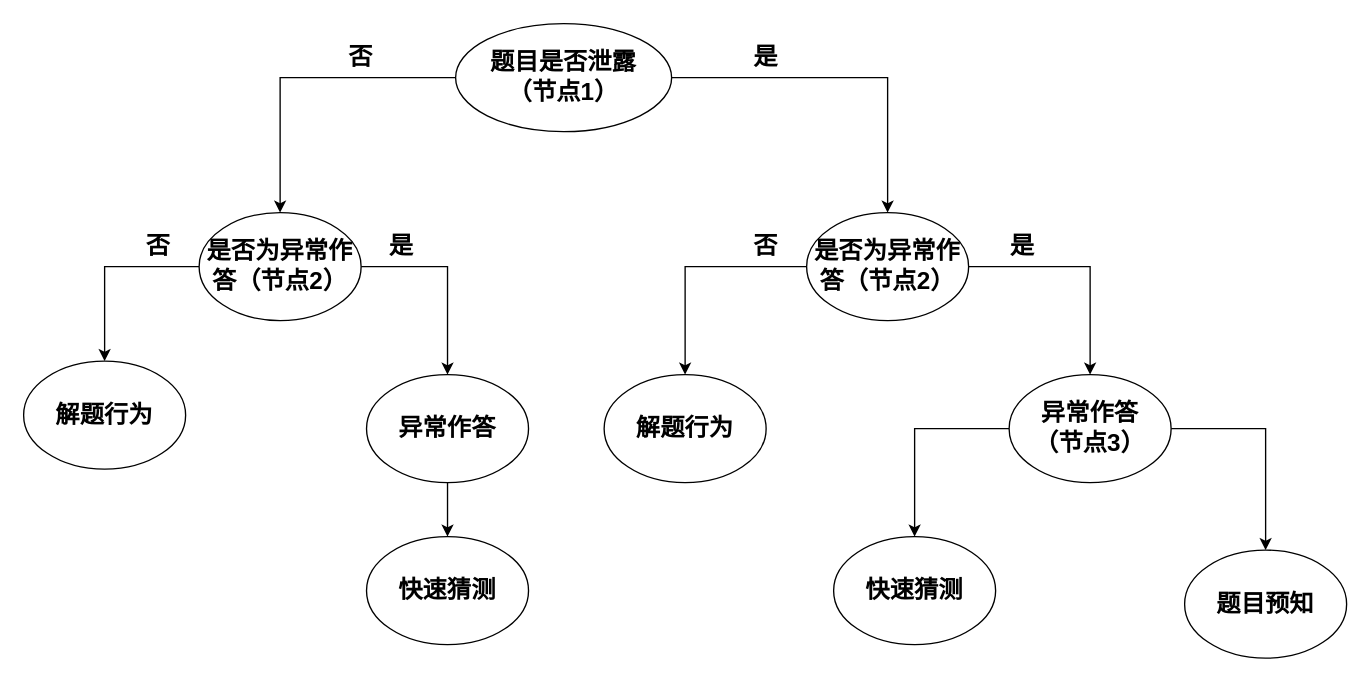
Before: page "MMCDM-structure" (5 of 5) of two_stage.drawio in qipengchen/resources, a draw.io diagram. Source tidied: cells renumbered, new cells numbered last; positions are measured from the earlier drawing's top-left corner, leaving out a move shared by most shapes. Both pictures are drawn from the tidied source at 135%, with x=0, y=0 at pixel (23, 23).
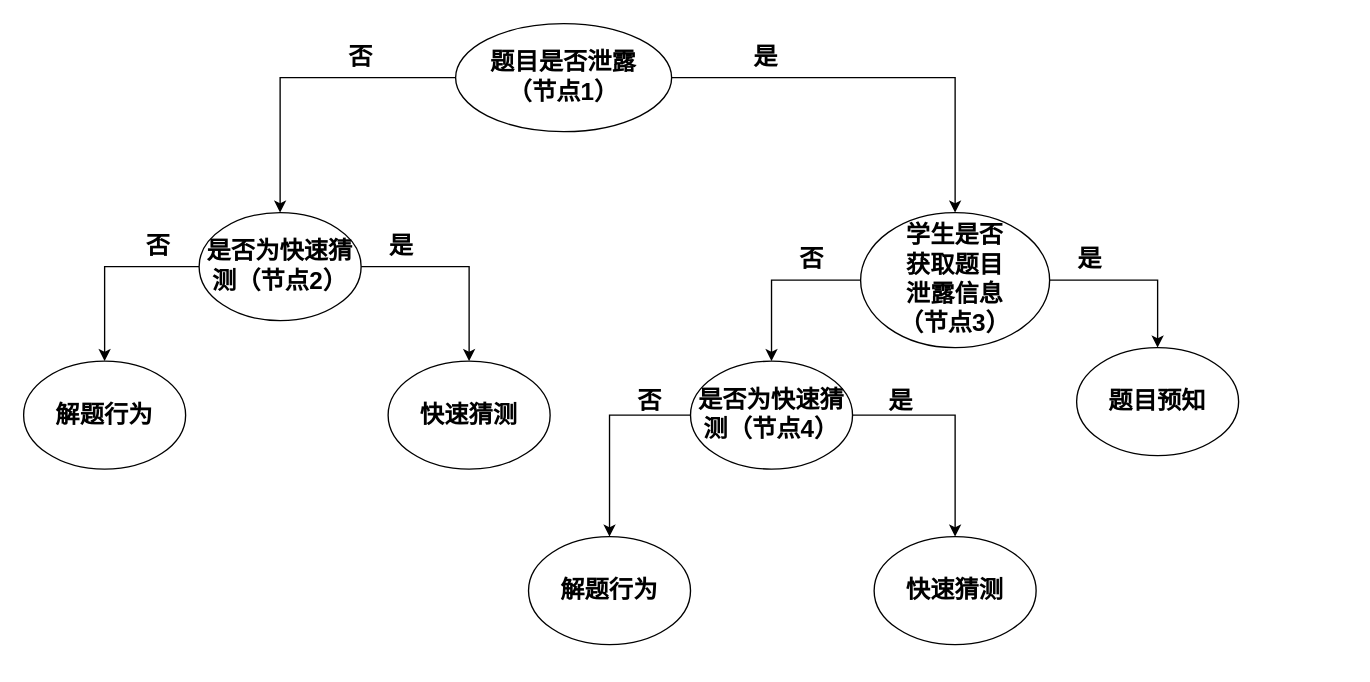
The same diagram, later.

Diff of the diagram source:
```diff
@@
-    <mxCell id="6" style="edgeStyle=orthogonalEdgeStyle;rounded=0;jettySize=auto;html=1;fontSize=18;fontColor=#000000;fontStyle=1;" parent="1" edge="1" source="7" target="13">
-      <mxGeometry relative="1" as="geometry" />
+    <mxCell id="6" style="edgeStyle=orthogonalEdgeStyle;rounded=0;jettySize=auto;html=1;fontSize=18;fontColor=#000000;fontStyle=1;entryX=0.5;entryY=0;entryDx=0;entryDy=0;" parent="1" edge="1" source="7" target="20">
+      <mxGeometry relative="1" as="geometry">
+        <Array as="points">
+          <mxPoint x="330" y="180" />
+        </Array>
+      </mxGeometry>
     </mxCell>
-    <mxCell id="7" value="是否为异常作答（节点2）" style="ellipse;whiteSpace=wrap;html=1;fontSize=18;fontColor=#000000;fontStyle=1;" parent="1" vertex="1">
+    <mxCell id="7" value="是否为快速猜测（节点2）" style="ellipse;whiteSpace=wrap;html=1;fontSize=18;fontColor=#000000;fontStyle=1;" parent="1" vertex="1">
       <mxGeometry x="130" y="140" width="120" height="80" as="geometry" />
     </mxCell>
-    <mxCell id="8" style="edgeStyle=orthogonalEdgeStyle;rounded=0;jettySize=auto;html=1;fontSize=18;fontColor=#000000;fontStyle=1;" parent="1" edge="1" source="10" target="14">
+    <mxCell id="8" style="edgeStyle=orthogonalEdgeStyle;rounded=0;jettySize=auto;html=1;fontSize=18;fontColor=#000000;fontStyle=1;entryX=0.5;entryY=0;entryDx=0;entryDy=0;" parent="1" edge="1" source="10" target="17">
       <mxGeometry relative="1" as="geometry" />
     </mxCell>
-    <mxCell id="9" style="edgeStyle=orthogonalEdgeStyle;rounded=0;jettySize=auto;html=1;fontSize=18;fontColor=#000000;fontStyle=1;" parent="1" edge="1" source="10" target="17">
+    <mxCell id="9" style="edgeStyle=orthogonalEdgeStyle;rounded=0;jettySize=auto;html=1;fontSize=18;fontColor=#000000;fontStyle=1;entryX=0.5;entryY=0;entryDx=0;entryDy=0;" parent="1" edge="1" source="10" target="19">
       <mxGeometry relative="1" as="geometry" />
     </mxCell>
-    <mxCell id="10" value="是否为异常作答（节点2）" style="ellipse;whiteSpace=wrap;html=1;fontSize=18;fontColor=#000000;fontStyle=1;" parent="1" vertex="1">
-      <mxGeometry x="580" y="140" width="120" height="80" as="geometry" />
+    <mxCell id="10" value="学生是否&lt;br&gt;获取题目&lt;br&gt;泄露信息&lt;br&gt;（节点3）" style="ellipse;whiteSpace=wrap;html=1;fontSize=18;fontColor=#000000;fontStyle=1;" parent="1" vertex="1">
+      <mxGeometry x="620" y="140" width="140" height="100" as="geometry" />
     </mxCell>
@@
-    <mxCell id="12" style="edgeStyle=orthogonalEdgeStyle;rounded=0;jettySize=auto;html=1;fontSize=18;fontColor=#000000;fontStyle=1;" parent="1" edge="1" source="13" target="20">
-      <mxGeometry relative="1" as="geometry" />
-    </mxCell>
-    <mxCell id="13" value="异常作答" style="ellipse;whiteSpace=wrap;html=1;fontSize=18;fontColor=#000000;fontStyle=1;" parent="1" vertex="1">
-      <mxGeometry x="254" y="260" width="120" height="80" as="geometry" />
-    </mxCell>
     <mxCell id="14" value="解题行为" style="ellipse;whiteSpace=wrap;html=1;fontSize=18;fontColor=#000000;fontStyle=1;" parent="1" vertex="1">
-      <mxGeometry x="430" y="260" width="120" height="80" as="geometry" />
+      <mxGeometry x="374" y="380" width="120" height="80" as="geometry" />
     </mxCell>
+    <mxCell id="27" style="edgeStyle=orthogonalEdgeStyle;rounded=0;jettySize=auto;html=1;entryX=0.5;entryY=0;entryDx=0;entryDy=0;" parent="1" edge="1" source="17" target="14">
+      <mxGeometry relative="1" as="geometry">
+        <Array as="points">
+          <mxPoint x="434" y="290" />
+        </Array>
+      </mxGeometry>
+    </mxCell>
-    <mxCell id="15" style="edgeStyle=orthogonalEdgeStyle;rounded=0;jettySize=auto;html=1;fontSize=18;fontColor=#000000;fontStyle=1;" parent="1" edge="1" source="17" target="18">
-      <mxGeometry relative="1" as="geometry" />
+    <mxCell id="15" style="edgeStyle=orthogonalEdgeStyle;rounded=0;jettySize=auto;html=1;" parent="1" edge="1" source="17" target="18">
+      <mxGeometry relative="1" as="geometry">
+        <Array as="points">
+          <mxPoint x="690" y="290" />
+        </Array>
+      </mxGeometry>
     </mxCell>
-    <mxCell id="16" style="edgeStyle=orthogonalEdgeStyle;rounded=0;jettySize=auto;html=1;fontSize=18;fontColor=#000000;fontStyle=1;" parent="1" edge="1" source="17" target="19">
-      <mxGeometry relative="1" as="geometry" />
-    </mxCell>
-    <mxCell id="17" value="异常作答&lt;br&gt;（节点3）" style="ellipse;whiteSpace=wrap;html=1;fontSize=18;fontColor=#000000;fontStyle=1;" parent="1" vertex="1">
-      <mxGeometry x="730" y="260" width="120" height="80" as="geometry" />
+    <mxCell id="17" value="是否为快速猜测（节点4）" style="ellipse;whiteSpace=wrap;html=1;fontSize=18;fontColor=#000000;fontStyle=1;" parent="1" vertex="1">
+      <mxGeometry x="494" y="250" width="120" height="80" as="geometry" />
     </mxCell>
     <mxCell id="18" value="快速猜测" style="ellipse;whiteSpace=wrap;html=1;fontSize=18;fontColor=#000000;fontStyle=1;" parent="1" vertex="1">
-      <mxGeometry x="600" y="380" width="120" height="80" as="geometry" />
+      <mxGeometry x="630" y="380" width="120" height="80" as="geometry" />
     </mxCell>
     <mxCell id="19" value="题目预知" style="ellipse;whiteSpace=wrap;html=1;fontSize=18;fontColor=#000000;fontStyle=1;" parent="1" vertex="1">
-      <mxGeometry x="860" y="390" width="120" height="80" as="geometry" />
+      <mxGeometry x="780" y="240" width="120" height="80" as="geometry" />
     </mxCell>
     <mxCell id="20" value="快速猜测" style="ellipse;whiteSpace=wrap;html=1;fontSize=18;fontColor=#000000;fontStyle=1;" parent="1" vertex="1">
-      <mxGeometry x="254" y="380" width="120" height="80" as="geometry" />
+      <mxGeometry x="270" y="250" width="120" height="80" as="geometry" />
     </mxCell>
@@
-    <mxCell id="22" value="是" style="text;html=1;strokeColor=none;fillColor=none;align=center;verticalAlign=middle;whiteSpace=wrap;rounded=0;fontSize=18;fontColor=#000000;fontStyle=1;" parent="1" vertex="1">
-      <mxGeometry x="710" y="150" width="60" height="30" as="geometry" />
+    <mxCell id="22" value="否" style="text;html=1;strokeColor=none;fillColor=none;align=center;verticalAlign=middle;whiteSpace=wrap;rounded=0;fontSize=18;fontColor=#000000;fontStyle=1;" parent="1" vertex="1">
+      <mxGeometry x="434" y="265" width="60" height="30" as="geometry" />
     </mxCell>
@@
     <mxCell id="26" value="否" style="text;html=1;strokeColor=none;fillColor=none;align=center;verticalAlign=middle;whiteSpace=wrap;rounded=0;fontSize=18;fontColor=#000000;fontStyle=1;" parent="1" vertex="1">
-      <mxGeometry x="520" y="150" width="60" height="30" as="geometry" />
+      <mxGeometry x="554" y="160" width="60" height="30" as="geometry" />
     </mxCell>
+    <mxCell id="28" value="是" style="text;html=1;strokeColor=none;fillColor=none;align=center;verticalAlign=middle;whiteSpace=wrap;rounded=0;fontSize=18;fontColor=#000000;fontStyle=1;" parent="1" vertex="1">
+      <mxGeometry x="620" y="265" width="60" height="30" as="geometry" />
+    </mxCell>
+    <mxCell id="29" value="是" style="text;html=1;strokeColor=none;fillColor=none;align=center;verticalAlign=middle;whiteSpace=wrap;rounded=0;fontSize=18;fontColor=#000000;fontStyle=1;" parent="1" vertex="1">
+      <mxGeometry x="760" y="160" width="60" height="30" as="geometry" />
+    </mxCell>
```
